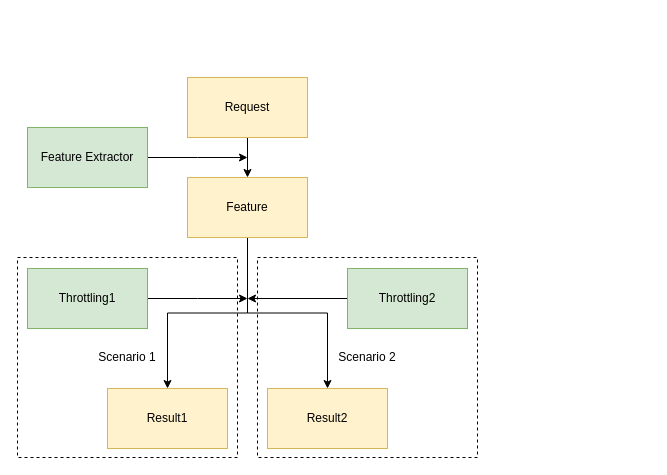
d0ngjun/drawio keeps this draw.io diagram as page "shared feature extractor" (7 of 8) of news.drawio. Above is the earlier version. Source tidied: cells renumbered, new cells numbered last; positions are measured from the earlier drawing's top-left corner, leaving out a move shared by most shapes. Both pictures are drawn from the tidied source at 100%, with x=0, y=0 at pixel (17, 77).
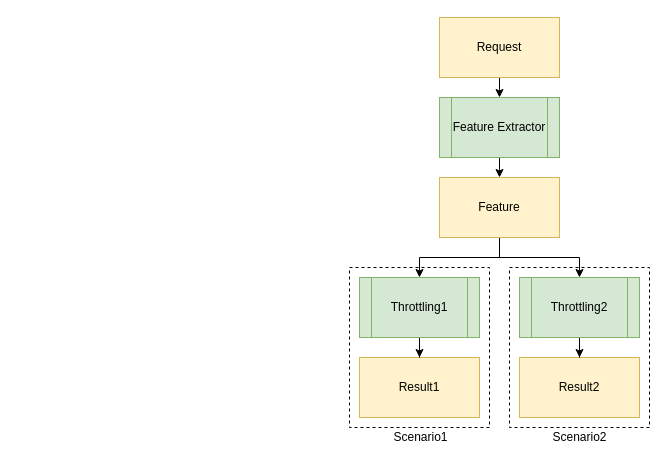
After the change.

Commit message (it also covers changes not shown here):
feature extractor refactor

The edit, as a diff of the source:
```diff
@@
-    <mxCell id="2" style="edgeStyle=orthogonalEdgeStyle;rounded=0;jettySize=auto;html=1;" parent="1" edge="1" source="3" target="6">
-      <mxGeometry relative="1" as="geometry" />
-    </mxCell>
+    <mxCell id="17" style="edgeStyle=orthogonalEdgeStyle;rounded=0;jettySize=auto;html=1;" parent="1" edge="1" source="3">
+      <mxGeometry relative="1" as="geometry">
+        <mxPoint x="482" y="20" as="targetPoint" />
+      </mxGeometry>
+    </mxCell>
     <mxCell id="3" value="Request" style="rounded=0;whiteSpace=wrap;html=1;fillColor=#fff2cc;strokeColor=#d6b656;" parent="1" vertex="1">
-      <mxGeometry x="170" width="120" height="60" as="geometry" />
+      <mxGeometry x="422" y="-60" width="120" height="60" as="geometry" />
     </mxCell>
-    <mxCell id="4" style="edgeStyle=orthogonalEdgeStyle;rounded=0;jettySize=auto;html=1;" parent="1" edge="1" source="6" target="12">
-      <mxGeometry relative="1" as="geometry" />
-    </mxCell>
-    <mxCell id="5" style="edgeStyle=orthogonalEdgeStyle;rounded=0;jettySize=auto;html=1;entryX=0.5;entryY=0;entryDx=0;entryDy=0;" parent="1" edge="1" source="6" target="7">
-      <mxGeometry relative="1" as="geometry" />
-    </mxCell>
+    <mxCell id="18" style="edgeStyle=orthogonalEdgeStyle;rounded=0;jettySize=auto;html=1;entryX=0.5;entryY=0;entryDx=0;entryDy=0;" parent="1" edge="1" source="6" target="14">
+      <mxGeometry relative="1" as="geometry" />
+    </mxCell>
+    <mxCell id="19" style="edgeStyle=orthogonalEdgeStyle;rounded=0;jettySize=auto;html=1;entryX=0.5;entryY=0;entryDx=0;entryDy=0;" parent="1" edge="1" source="6" target="11">
+      <mxGeometry relative="1" as="geometry" />
+    </mxCell>
     <mxCell id="6" value="Feature" style="rounded=0;whiteSpace=wrap;html=1;fillColor=#fff2cc;strokeColor=#d6b656;" parent="1" vertex="1">
-      <mxGeometry x="170" y="100" width="120" height="60" as="geometry" />
+      <mxGeometry x="422" y="100" width="120" height="60" as="geometry" />
     </mxCell>
     <mxCell id="7" value="Result2" style="rounded=0;whiteSpace=wrap;html=1;fillColor=#fff2cc;strokeColor=#d6b656;" parent="1" vertex="1">
-      <mxGeometry x="250" y="311" width="120" height="60" as="geometry" />
+      <mxGeometry x="502" y="280" width="120" height="60" as="geometry" />
     </mxCell>
-    <mxCell id="8" style="edgeStyle=orthogonalEdgeStyle;rounded=0;jettySize=auto;html=1;" parent="1" edge="1" source="9">
-      <mxGeometry relative="1" as="geometry">
-        <mxPoint x="230" y="80" as="targetPoint" />
-      </mxGeometry>
-    </mxCell>
-    <mxCell id="9" value="Feature Extractor" style="rounded=0;whiteSpace=wrap;html=1;fillColor=#d5e8d4;strokeColor=#82b366;" parent="1" vertex="1">
-      <mxGeometry x="10" y="50" width="120" height="60" as="geometry" />
-    </mxCell>
-    <mxCell id="10" style="edgeStyle=orthogonalEdgeStyle;rounded=0;jettySize=auto;html=1;" parent="1" edge="1" source="11">
-      <mxGeometry relative="1" as="geometry">
-        <mxPoint x="230" y="221" as="targetPoint" />
-      </mxGeometry>
-    </mxCell>
-    <mxCell id="11" value="Throttling2" style="rounded=0;whiteSpace=wrap;html=1;fillColor=#d5e8d4;strokeColor=#82b366;" parent="1" vertex="1">
-      <mxGeometry x="330" y="191" width="120" height="60" as="geometry" />
-    </mxCell>
+    <mxCell id="20" style="edgeStyle=orthogonalEdgeStyle;rounded=0;orthogonalLoop=1;jettySize=auto;html=1;" parent="1" edge="1">
+      <mxGeometry relative="1" as="geometry">
+        <mxPoint x="482" y="80" as="sourcePoint" />
+        <mxPoint x="482" y="100" as="targetPoint" />
+      </mxGeometry>
+    </mxCell>
     <mxCell id="12" value="Result1" style="rounded=0;whiteSpace=wrap;html=1;fillColor=#fff2cc;strokeColor=#d6b656;" parent="1" vertex="1">
-      <mxGeometry x="90" y="311" width="120" height="60" as="geometry" />
+      <mxGeometry x="342" y="280" width="120" height="60" as="geometry" />
     </mxCell>
-    <mxCell id="13" style="edgeStyle=orthogonalEdgeStyle;rounded=0;jettySize=auto;html=1;" parent="1" edge="1" source="14">
-      <mxGeometry relative="1" as="geometry">
-        <mxPoint x="230" y="221" as="targetPoint" />
-      </mxGeometry>
-    </mxCell>
-    <mxCell id="14" value="Throttling1" style="rounded=0;whiteSpace=wrap;html=1;fillColor=#d5e8d4;strokeColor=#82b366;" parent="1" vertex="1">
-      <mxGeometry x="10" y="191" width="120" height="60" as="geometry" />
-    </mxCell>
-    <mxCell id="15" value="Scenario 1" style="rounded=0;whiteSpace=wrap;html=1;dashed=1;fillColor=none;" parent="1" vertex="1">
-      <mxGeometry y="180" width="220" height="200" as="geometry" />
+    <mxCell id="15" style="rounded=0;whiteSpace=wrap;html=1;dashed=1;fillColor=none;" parent="1" vertex="1">
+      <mxGeometry x="332" y="190" width="140" height="160" as="geometry" />
     </mxCell>
-    <mxCell id="16" value="Scenario 2" style="rounded=0;whiteSpace=wrap;html=1;dashed=1;fillColor=none;" parent="1" vertex="1">
-      <mxGeometry x="240" y="180" width="220" height="200" as="geometry" />
+    <mxCell id="16" style="rounded=0;whiteSpace=wrap;html=1;dashed=1;fillColor=none;" parent="1" vertex="1">
+      <mxGeometry x="492" y="190" width="140" height="160" as="geometry" />
     </mxCell>
+    <mxCell id="21" style="edgeStyle=orthogonalEdgeStyle;rounded=0;jettySize=auto;html=1;" parent="1" edge="1" source="14" target="12">
+      <mxGeometry relative="1" as="geometry" />
+    </mxCell>
+    <mxCell id="14" value="Throttling1" style="shape=process;whiteSpace=wrap;html=1;backgroundOutline=1;fillColor=#d5e8d4;strokeColor=#82b366;" parent="1" vertex="1">
+      <mxGeometry x="342" y="200" width="120" height="60" as="geometry" />
+    </mxCell>
+    <mxCell id="9" value="Feature Extractor" style="shape=process;whiteSpace=wrap;html=1;backgroundOutline=1;fillColor=#d5e8d4;strokeColor=#82b366;" parent="1" vertex="1">
+      <mxGeometry x="422" y="20" width="120" height="60" as="geometry" />
+    </mxCell>
+    <mxCell id="22" style="edgeStyle=orthogonalEdgeStyle;rounded=0;jettySize=auto;html=1;" parent="1" edge="1" source="11" target="7">
+      <mxGeometry relative="1" as="geometry" />
+    </mxCell>
+    <mxCell id="11" value="Throttling2" style="shape=process;whiteSpace=wrap;html=1;backgroundOutline=1;fillColor=#d5e8d4;strokeColor=#82b366;" parent="1" vertex="1">
+      <mxGeometry x="502" y="200" width="120" height="60" as="geometry" />
+    </mxCell>
+    <mxCell id="23" value="Scenario1" style="text;html=1;align=center;verticalAlign=middle;strokeColor=none;fillColor=none;" parent="1" vertex="1">
+      <mxGeometry x="368" y="350" width="70" height="20" as="geometry" />
+    </mxCell>
+    <mxCell id="24" value="Scenario2" style="text;html=1;align=center;verticalAlign=middle;strokeColor=none;fillColor=none;" parent="1" vertex="1">
+      <mxGeometry x="527" y="350" width="70" height="20" as="geometry" />
+    </mxCell>
```
